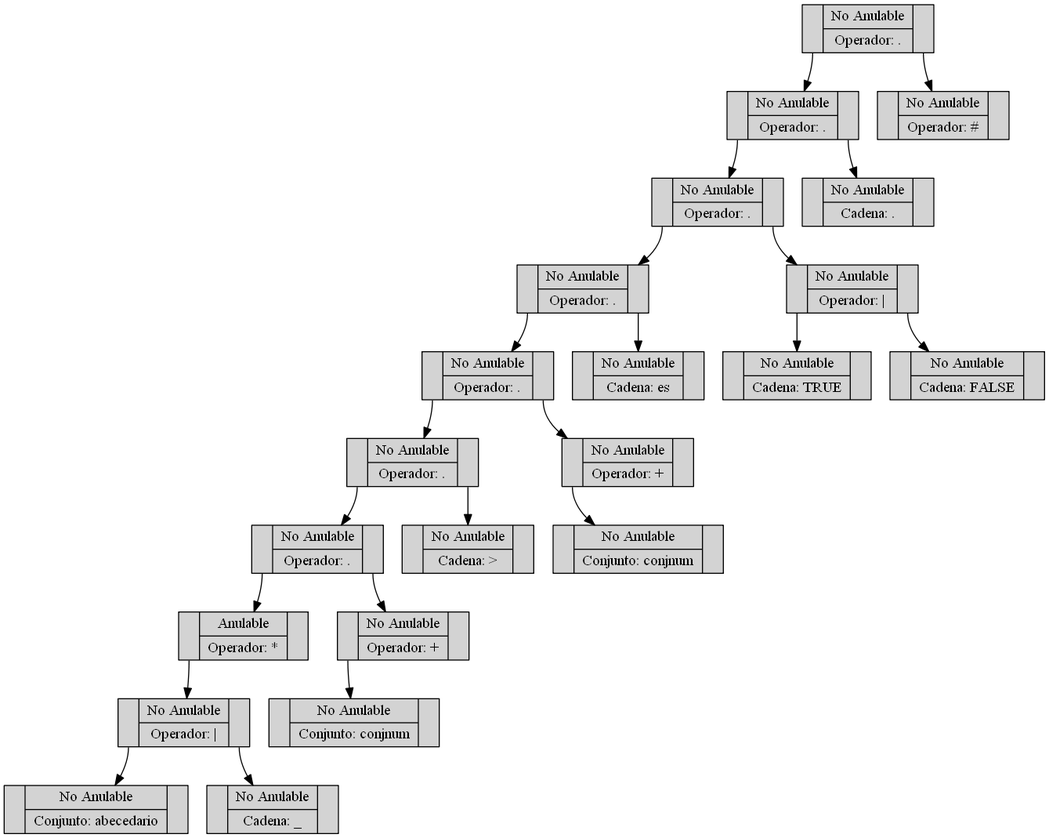
Earlier version of the Graphviz export OLC1_Practica1_201701133/Arbol2.png (SelvinLP/-OLC1-Practica1_201701133). Its source is kept beside it as OLC1_Practica1_201701133/Arbol2.dot.
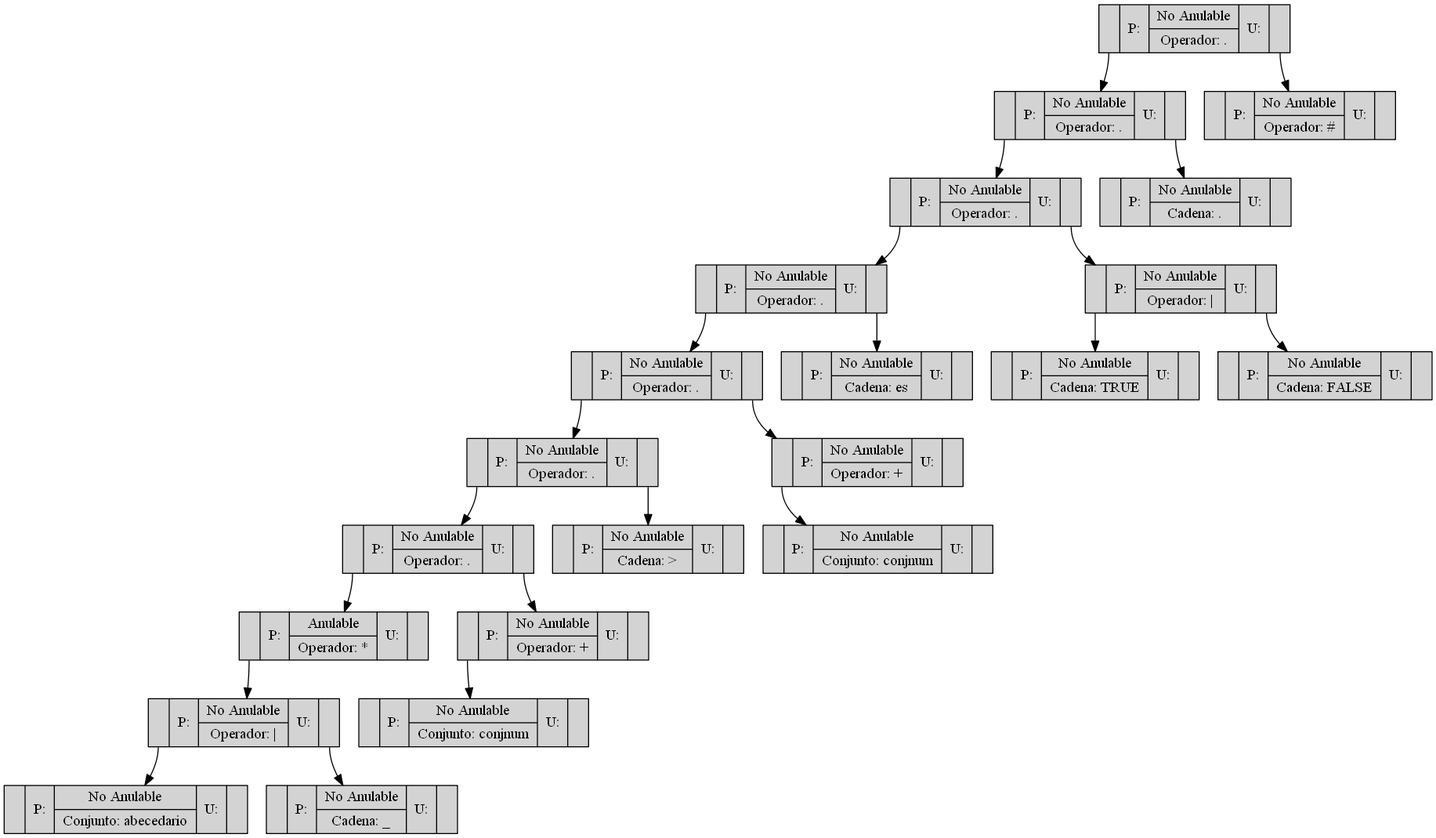
The same file after the commit.

What changed in the source:
```diff
@@ -1,48 +1,48 @@
 digraph ARBOL {
 rankdir=TB
 node[shape=record,style=filled]
-"0"[label ="<C0>|{<C1>No Anulable|Operador: \.}|<C2>"];
-"2"[label ="<C0>|{<C1>No Anulable|Operador: \.}|<C2>"];
-"4"[label ="<C0>|{<C1>No Anulable|Operador: \.}|<C2>"];
-"5"[label ="<C0>|{<C1>No Anulable|Operador: \.}|<C2>"];
-"6"[label ="<C0>|{<C1>No Anulable|Operador: \.}|<C2>"];
-"7"[label ="<C0>|{<C1>No Anulable|Operador: \.}|<C2>"];
-"8"[label ="<C0>|{<C1>No Anulable|Operador: \.}|<C2>"];
-"9"[label ="<C0>|{<C1>Anulable|Operador: \*}|<C2>"];
-"10"[label ="<C0>|{<C1>No Anulable|Operador: \|}|<C2>"];
-"11"[label ="<C0>|{<C1>No Anulable|Conjunto: abecedario}|<C2>"];
+"0"[label ="<C0>|P:|{<C1>No Anulable|Operador: \.}|U:|<C2>"];
+"2"[label ="<C0>|P:|{<C1>No Anulable|Operador: \.}|U:|<C2>"];
+"4"[label ="<C0>|P:|{<C1>No Anulable|Operador: \.}|U:|<C2>"];
+"5"[label ="<C0>|P:|{<C1>No Anulable|Operador: \.}|U:|<C2>"];
+"6"[label ="<C0>|P:|{<C1>No Anulable|Operador: \.}|U:|<C2>"];
+"7"[label ="<C0>|P:|{<C1>No Anulable|Operador: \.}|U:|<C2>"];
+"8"[label ="<C0>|P:|{<C1>No Anulable|Operador: \.}|U:|<C2>"];
+"9"[label ="<C0>|P:|{<C1>Anulable|Operador: \*}|U:|<C2>"];
+"10"[label ="<C0>|P:|{<C1>No Anulable|Operador: \|}|U:|<C2>"];
+"11"[label ="<C0>|P:|{<C1>No Anulable|Conjunto: abecedario}|U:|<C2>"];
 "10":C0->"11";
-"12"[label ="<C0>|{<C1>No Anulable|Cadena: \_}|<C2>"];
+"12"[label ="<C0>|P:|{<C1>No Anulable|Cadena: \_}|U:|<C2>"];
 "10":C2->"12";
 "9":C0->"10";
 "8":C0->"9";
-"13"[label ="<C0>|{<C1>No Anulable|Operador: \+}|<C2>"];
-"14"[label ="<C0>|{<C1>No Anulable|Conjunto: conjnum}|<C2>"];
+"13"[label ="<C0>|P:|{<C1>No Anulable|Operador: \+}|U:|<C2>"];
+"14"[label ="<C0>|P:|{<C1>No Anulable|Conjunto: conjnum}|U:|<C2>"];
 "13":C0->"14";
 "8":C2->"13";
 "7":C0->"8";
-"15"[label ="<C0>|{<C1>No Anulable|Cadena: \>}|<C2>"];
+"15"[label ="<C0>|P:|{<C1>No Anulable|Cadena: \>}|U:|<C2>"];
 "7":C2->"15";
 "6":C0->"7";
-"16"[label ="<C0>|{<C1>No Anulable|Operador: \+}|<C2>"];
-"17"[label ="<C0>|{<C1>No Anulable|Conjunto: conjnum}|<C2>"];
+"16"[label ="<C0>|P:|{<C1>No Anulable|Operador: \+}|U:|<C2>"];
+"17"[label ="<C0>|P:|{<C1>No Anulable|Conjunto: conjnum}|U:|<C2>"];
 "16":C0->"17";
 "6":C2->"16";
 "5":C0->"6";
-"18"[label ="<C0>|{<C1>No Anulable|Cadena: es }|<C2>"];
+"18"[label ="<C0>|P:|{<C1>No Anulable|Cadena: es }|U:|<C2>"];
 "5":C2->"18";
 "4":C0->"5";
-"19"[label ="<C0>|{<C1>No Anulable|Operador: \|}|<C2>"];
-"20"[label ="<C0>|{<C1>No Anulable|Cadena: TRUE}|<C2>"];
+"19"[label ="<C0>|P:|{<C1>No Anulable|Operador: \|}|U:|<C2>"];
+"20"[label ="<C0>|P:|{<C1>No Anulable|Cadena: TRUE}|U:|<C2>"];
 "19":C0->"20";
-"21"[label ="<C0>|{<C1>No Anulable|Cadena: FALSE}|<C2>"];
+"21"[label ="<C0>|P:|{<C1>No Anulable|Cadena: FALSE}|U:|<C2>"];
 "19":C2->"21";
 "4":C2->"19";
 "2":C0->"4";
-"22"[label ="<C0>|{<C1>No Anulable|Cadena: \.}|<C2>"];
+"22"[label ="<C0>|P:|{<C1>No Anulable|Cadena: \.}|U:|<C2>"];
 "2":C2->"22";
 "0":C0->"2";
-"1"[label ="<C0>|{<C1>No Anulable|Operador: \#}|<C2>"];
+"1"[label ="<C0>|P:|{<C1>No Anulable|Operador: \#}|U:|<C2>"];
 "0":C2->"1";
 
 }
```
